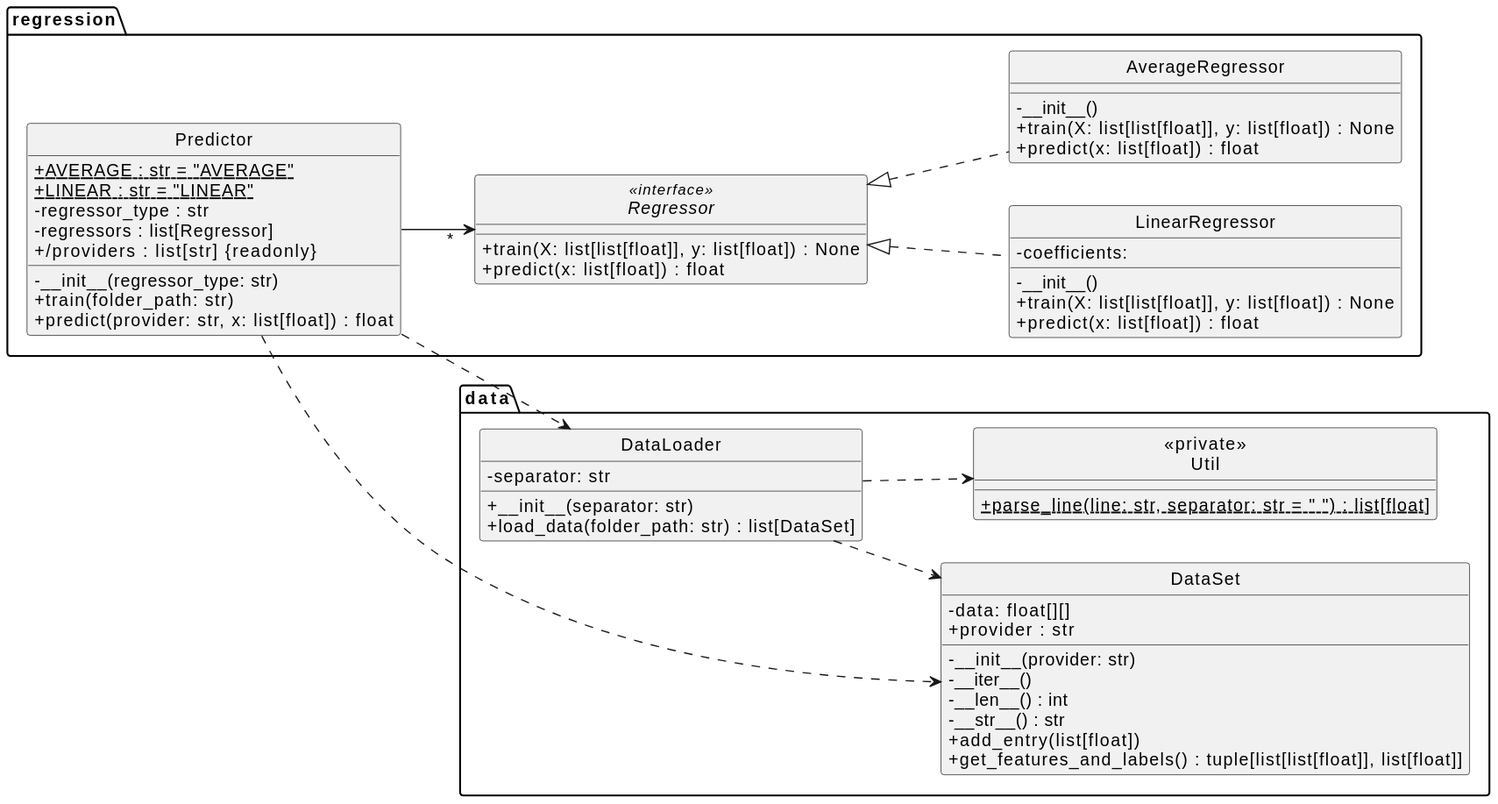
The PlantUML diagram docs/uml.svg in IDSPIA/idspia-ua-2024-25-practica-poo-practica-poo, before a commit. The source it was exported from:
```plantuml
@startuml
hide circle
skinparam classAttributeIconSize 0
left to right direction

package "data" {
    class DataLoader {
        - separator: str
        + __init__(separator: str)
        + load_data(folder_path: str) : list[DataSet]
    }

    class DataSet {
        - data: float[][]
        + provider : str
        - __init__(provider: str)
        - __iter__()
        - __len__() : int
        - __str__() : str
        + add_entry(list[float])
        + get_features_and_labels() : tuple[list[list[float]], list[float]]
    }

    class "<<private>>\nUtil" {
        + {static} parse_line(line: str, separator: str = " ") : list[float]
    }

    DataLoader ..> DataSet
    DataLoader ..> "<<private>>\nUtil"
}

package "regression" {
    interface Regressor <<interface>> {
        + train(X: list[list[float]], y: list[float]) : None
        + predict(x: list[float]) : float
    }

    class LinearRegressor {
        - coefficients:
        - __init__()
        + train(X: list[list[float]], y: list[float]) : None
        + predict(x: list[float]) : float
    }

    class AverageRegressor {
        - __init__()
        + train(X: list[list[float]], y: list[float]) : None
        + predict(x: list[float]) : float
    }

    class Predictor {
        + {static} AVERAGE : str = "AVERAGE"
        + {static} LINEAR : str = "LINEAR"
        - regressor_type : str
        - regressors : list[Regressor]
        + /providers : list[str] {readonly}
        - __init__(regressor_type: str)
        + train(folder_path: str)
        + predict(provider: str, x: list[float]) : float
    }

    Regressor <|.. LinearRegressor
    Regressor <|.. AverageRegressor
    Predictor --> "  *  " Regressor
}

Predictor ..> DataLoader
Predictor ..> DataSet
@enduml
```
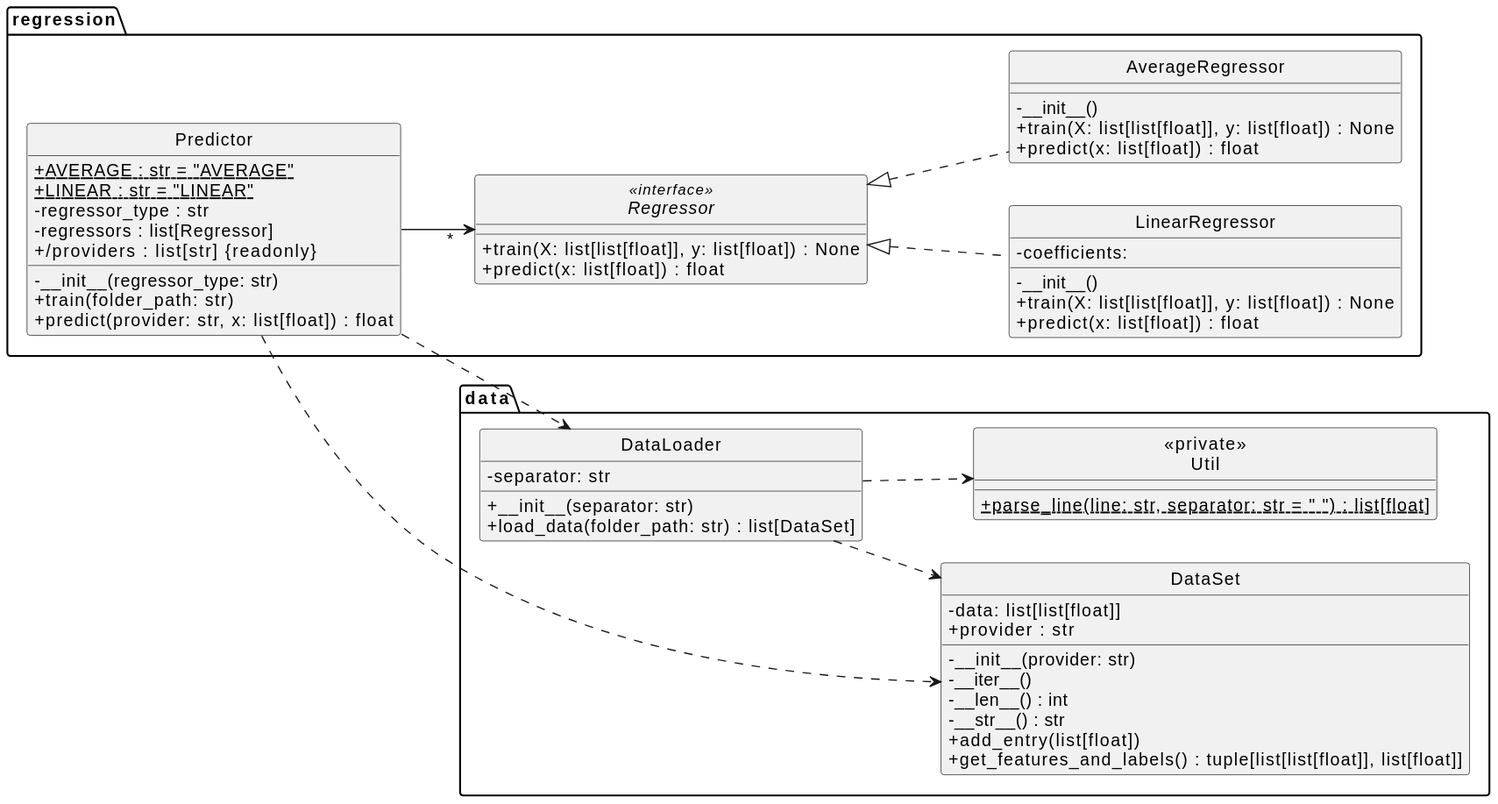
After the commit.

Commit message:
fix: diagrama uml

Change to the diagram source:
```diff
@@ -11,7 +11,7 @@
     }
 
     class DataSet {
-        - data: float[][]
+        - data: list[list[float]]
         + provider : str
         - __init__(provider: str)
         - __iter__()
```
